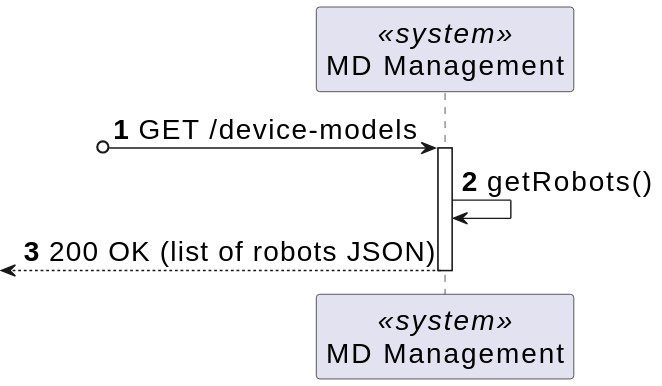
Above: _wiki/sprint-a/us21-380/views/level-2/assets/process-view.svg in miseEnPlace-dev/lapr5 (PlantUML), before the change.
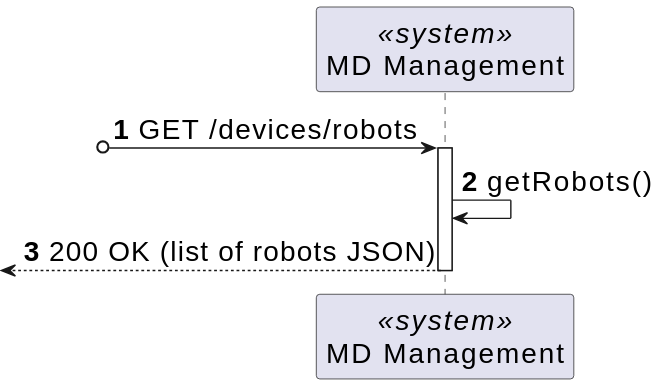
Above is the later version.

Change to the diagram source:
```diff
@@ -3,7 +3,7 @@
 autonumber
 participant SYS as "MD Management" <<system>>
 
-?o-> SYS : GET /device-models
+?o-> SYS : GET /devices/robots
 activate SYS
 
 SYS -> SYS : getRobots()
```
